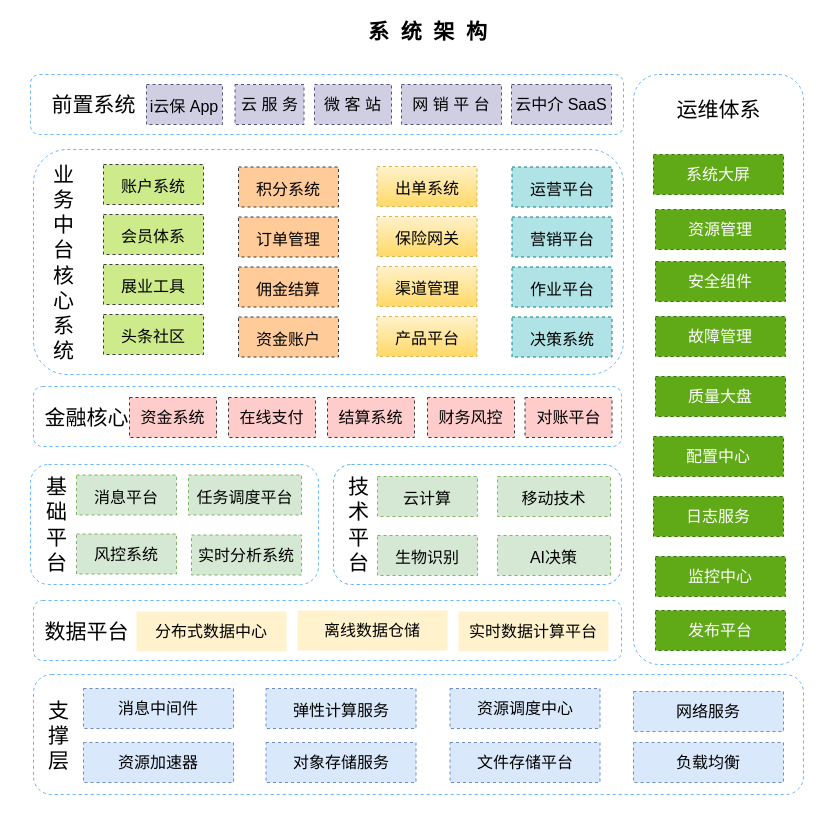
This is 系统架构.drawio from CQEvan/draw, a draw.io file, before an edit. Source tidied: cells renumbered, new cells numbered last; positions are measured from the earlier drawing's top-left corner, leaving out a move shared by most shapes. Both pictures are drawn from the tidied source at 100%, with x=0, y=0 at pixel (17, 16).
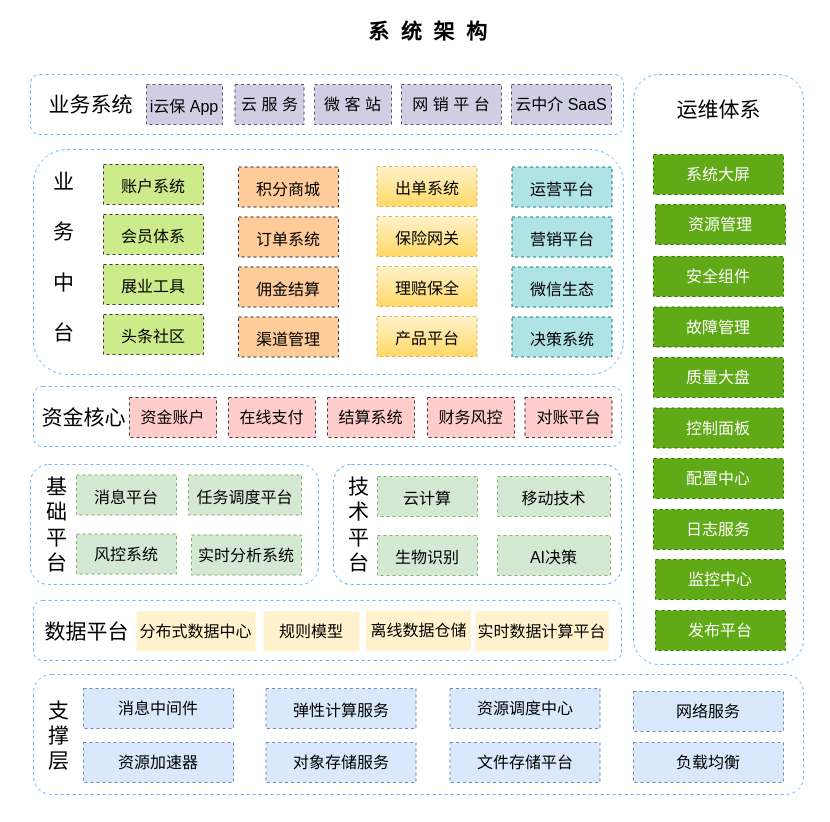
Above is the later version.

The edit, as a diff of the source:
```diff
@@
     <mxCell id="19" value="安全组件" style="rounded=0;whiteSpace=wrap;html=1;dashed=1;strokeColor=#2D7600;fontSize=16;fillColor=#60a917;fontColor=#ffffff;" parent="1" vertex="1">
-      <mxGeometry x="638" y="245" width="130" height="40" as="geometry" />
+      <mxGeometry x="636" y="240" width="130" height="40" as="geometry" />
     </mxCell>
@@
     <mxCell id="21" value="监控中心" style="rounded=0;whiteSpace=wrap;html=1;dashed=1;strokeColor=#2D7600;fontSize=16;fillColor=#60a917;fontColor=#ffffff;" parent="1" vertex="1">
-      <mxGeometry x="638" y="540" width="130" height="40" as="geometry" />
+      <mxGeometry x="638" y="543" width="130" height="40" as="geometry" />
     </mxCell>
     <mxCell id="22" value="日志服务" style="rounded=0;whiteSpace=wrap;html=1;dashed=1;strokeColor=#2D7600;fontSize=16;fillColor=#60a917;fontColor=#ffffff;" parent="1" vertex="1">
-      <mxGeometry x="636" y="480" width="130" height="40" as="geometry" />
+      <mxGeometry x="636" y="493" width="130" height="40" as="geometry" />
     </mxCell>
     <mxCell id="23" value="配置中心" style="rounded=0;whiteSpace=wrap;html=1;dashed=1;strokeColor=#2D7600;fontSize=16;fillColor=#60a917;fontColor=#ffffff;" parent="1" vertex="1">
-      <mxGeometry x="636" y="420" width="130" height="40" as="geometry" />
+      <mxGeometry x="636" y="442" width="130" height="40" as="geometry" />
     </mxCell>
     <mxCell id="24" value="质量大盘" style="rounded=0;whiteSpace=wrap;html=1;dashed=1;strokeColor=#2D7600;fontSize=16;fillColor=#60a917;fontColor=#ffffff;" parent="1" vertex="1">
-      <mxGeometry x="638" y="360" width="130" height="40" as="geometry" />
+      <mxGeometry x="636" y="341" width="130" height="40" as="geometry" />
     </mxCell>
     <mxCell id="25" value="故障管理" style="rounded=0;whiteSpace=wrap;html=1;dashed=1;strokeColor=#2D7600;fontSize=16;fillColor=#60a917;fontColor=#ffffff;" parent="1" vertex="1">
-      <mxGeometry x="638" y="300" width="130" height="40" as="geometry" />
+      <mxGeometry x="636" y="290.5" width="130" height="40" as="geometry" />
     </mxCell>
     <mxCell id="26" value="资源管理" style="rounded=0;whiteSpace=wrap;html=1;dashed=1;strokeColor=#2D7600;fontSize=16;fillColor=#60a917;fontColor=#ffffff;" parent="1" vertex="1">
-      <mxGeometry x="638" y="193" width="130" height="40" as="geometry" />
+      <mxGeometry x="638" y="188" width="130" height="40" as="geometry" />
     </mxCell>
@@
     <mxCell id="28" value="分布式数据中心" style="rounded=0;whiteSpace=wrap;html=1;dashed=1;strokeColor=none;fontSize=16;fillColor=#fff2cc;" parent="1" vertex="1">
-      <mxGeometry x="119" y="595" width="150" height="40" as="geometry" />
+      <mxGeometry x="119" y="595" width="119" height="40" as="geometry" />
     </mxCell>
@@
     <mxCell id="40" value="离线数据仓储" style="rounded=0;whiteSpace=wrap;html=1;dashed=1;strokeColor=none;fontSize=16;fillColor=#fff2cc;" parent="1" vertex="1">
-      <mxGeometry x="280" y="594" width="150" height="40" as="geometry" />
+      <mxGeometry x="348.5" y="594" width="105" height="40" as="geometry" />
     </mxCell>
     <mxCell id="41" value="实时数据计算平台" style="rounded=0;whiteSpace=wrap;html=1;dashed=1;strokeColor=none;fontSize=16;fillColor=#fff2cc;" parent="1" vertex="1">
-      <mxGeometry x="441" y="595" width="150" height="40" as="geometry" />
+      <mxGeometry x="458" y="595" width="133" height="40" as="geometry" />
     </mxCell>
@@
-    <mxCell id="43" value="资金系统" style="rounded=0;whiteSpace=wrap;html=1;dashed=1;strokeColor=#36393d;fontSize=16;fillColor=#ffcccc;" parent="1" vertex="1">
+    <mxCell id="43" value="资金账户" style="rounded=0;whiteSpace=wrap;html=1;dashed=1;strokeColor=#36393d;fontSize=16;fillColor=#ffcccc;" parent="1" vertex="1">
       <mxGeometry x="112" y="381" width="87" height="40" as="geometry" />
     </mxCell>
-    <mxCell id="44" value="金融核心" style="text;html=1;align=center;verticalAlign=middle;fillColor=none;strokeColor=none;rounded=0;dashed=1;fontSize=21;" parent="1" vertex="1">
-      <mxGeometry x="19" y="386" width="100" height="30" as="geometry" />
+    <mxCell id="44" value="资金核心" style="text;html=1;align=center;verticalAlign=middle;fillColor=none;strokeColor=none;rounded=0;dashed=1;fontSize=21;" parent="1" vertex="1">
+      <mxGeometry x="19" y="386" width="94" height="29" as="geometry" />
     </mxCell>
@@
-    <mxCell id="49" value="业&lt;br&gt;务&lt;br&gt;中&lt;br&gt;台&lt;br&gt;核&lt;br&gt;心&lt;br&gt;系&lt;br&gt;统" style="text;html=1;align=center;verticalAlign=middle;fillColor=none;strokeColor=none;rounded=0;dashed=1;fontSize=21;" parent="1" vertex="1">
-      <mxGeometry x="26" y="140.5" width="40" height="210" as="geometry" />
+    <mxCell id="49" value="业&lt;br&gt;&lt;br&gt;务&lt;br&gt;&lt;br&gt;中&lt;br&gt;&lt;br&gt;台&lt;br&gt;&lt;br&gt;" style="text;html=1;align=center;verticalAlign=middle;fillColor=none;strokeColor=none;rounded=0;dashed=1;fontSize=21;" parent="1" vertex="1">
+      <mxGeometry x="30" y="150.5" width="31" height="204" as="geometry" />
     </mxCell>
@@
-    <mxCell id="54" value="&lt;span style=&quot;font-size: 16px&quot;&gt;资金账户&lt;/span&gt;" style="rounded=0;whiteSpace=wrap;html=1;dashed=1;strokeColor=#36393d;fontSize=21;fillColor=#ffcc99;" parent="1" vertex="1">
+    <mxCell id="54" value="&lt;span style=&quot;font-size: 16px&quot;&gt;渠道管理&lt;/span&gt;" style="rounded=0;whiteSpace=wrap;html=1;dashed=1;strokeColor=#36393d;fontSize=21;fillColor=#ffcc99;" parent="1" vertex="1">
       <mxGeometry x="221" y="300.5" width="100" height="40" as="geometry" />
     </mxCell>
@@
-    <mxCell id="56" value="&lt;span style=&quot;font-size: 16px&quot;&gt;订单管理&lt;/span&gt;" style="rounded=0;whiteSpace=wrap;html=1;dashed=1;strokeColor=#36393d;fontSize=21;fillColor=#ffcc99;" parent="1" vertex="1">
+    <mxCell id="56" value="&lt;span style=&quot;font-size: 16px&quot;&gt;订单系统&lt;/span&gt;" style="rounded=0;whiteSpace=wrap;html=1;dashed=1;strokeColor=#36393d;fontSize=21;fillColor=#ffcc99;" parent="1" vertex="1">
       <mxGeometry x="221" y="200.5" width="100" height="40" as="geometry" />
     </mxCell>
-    <mxCell id="57" value="&lt;span style=&quot;font-size: 16px&quot;&gt;积分系统&lt;/span&gt;" style="rounded=0;whiteSpace=wrap;html=1;dashed=1;strokeColor=#36393d;fontSize=21;fillColor=#ffcc99;" parent="1" vertex="1">
+    <mxCell id="57" value="&lt;span style=&quot;font-size: 16px&quot;&gt;积分商城&lt;/span&gt;" style="rounded=0;whiteSpace=wrap;html=1;dashed=1;strokeColor=#36393d;fontSize=21;fillColor=#ffcc99;" parent="1" vertex="1">
       <mxGeometry x="221" y="150.5" width="100" height="40" as="geometry" />
     </mxCell>
@@
-    <mxCell id="59" value="&lt;span style=&quot;font-size: 16px&quot;&gt;渠道管理&lt;/span&gt;" style="rounded=0;whiteSpace=wrap;html=1;dashed=1;strokeColor=#d6b656;fontSize=21;fillColor=#fff2cc;gradientColor=#ffd966;" parent="1" vertex="1">
+    <mxCell id="59" value="&lt;span style=&quot;font-size: 16px&quot;&gt;理赔保全&lt;/span&gt;" style="rounded=0;whiteSpace=wrap;html=1;dashed=1;strokeColor=#d6b656;fontSize=21;fillColor=#fff2cc;gradientColor=#ffd966;" parent="1" vertex="1">
       <mxGeometry x="359.5" y="250" width="100" height="40" as="geometry" />
     </mxCell>
@@
-    <mxCell id="63" value="&lt;span style=&quot;font-size: 16px&quot;&gt;作业平台&lt;/span&gt;" style="rounded=0;whiteSpace=wrap;html=1;dashed=1;strokeColor=#0e8088;fontSize=21;fillColor=#b0e3e6;" parent="1" vertex="1">
+    <mxCell id="63" value="&lt;span style=&quot;font-size: 16px&quot;&gt;微信生态&lt;/span&gt;" style="rounded=0;whiteSpace=wrap;html=1;dashed=1;strokeColor=#0e8088;fontSize=21;fillColor=#b0e3e6;" parent="1" vertex="1">
       <mxGeometry x="494.5" y="250.5" width="100" height="40" as="geometry" />
     </mxCell>
@@
-    <mxCell id="67" value="前置系统" style="text;html=1;align=center;verticalAlign=middle;fillColor=none;strokeColor=none;rounded=0;dashed=1;fontSize=21;" parent="1" vertex="1">
-      <mxGeometry x="26" y="73" width="100" height="30" as="geometry" />
+    <mxCell id="67" value="业务系统" style="text;html=1;align=center;verticalAlign=middle;fillColor=none;strokeColor=none;rounded=0;dashed=1;fontSize=21;" parent="1" vertex="1">
+      <mxGeometry x="26" y="73" width="94" height="29" as="geometry" />
     </mxCell>
@@
+    <mxCell id="75" value="规则模型" style="rounded=0;whiteSpace=wrap;html=1;dashed=1;strokeColor=none;fontSize=16;fillColor=#fff2cc;" parent="1" vertex="1">
+      <mxGeometry x="246" y="595" width="96" height="40" as="geometry" />
+    </mxCell>
+    <mxCell id="76" value="控制面板" style="rounded=0;whiteSpace=wrap;html=1;dashed=1;strokeColor=#2D7600;fontSize=16;fillColor=#60a917;fontColor=#ffffff;" parent="1" vertex="1">
+      <mxGeometry x="636" y="391.5" width="130" height="40" as="geometry" />
+    </mxCell>
```
